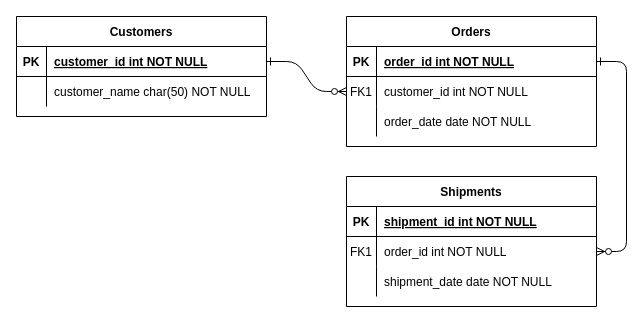
This is Unbenanntes Diagramm.drawio from emanuelbertram/ITfC, a draw.io file, before an edit. Source tidied: cells renumbered, new cells numbered last; positions are measured from the earlier drawing's top-left corner, leaving out a move shared by most shapes. Both pictures are drawn from the tidied source at 100%, with x=0, y=0 at pixel (16, 16).
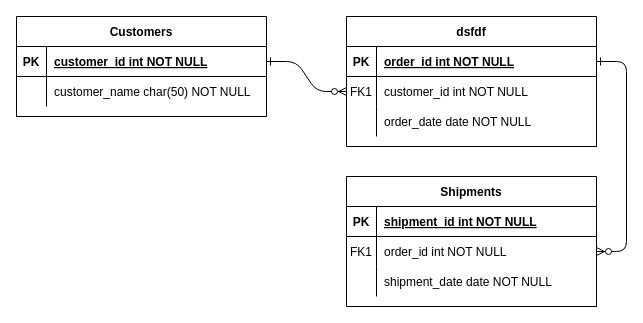
After the change.

What changed in the source:
```diff
@@
-    <mxCell id="4" value="Orders" style="shape=table;startSize=30;childLayout=tableLayout;rowLines=0;fontStyle=1;align=center;" parent="1" vertex="1">
+    <mxCell id="4" value="dsfdf" style="shape=table;startSize=30;childLayout=tableLayout;rowLines=0;fontStyle=1;align=center;" parent="1" vertex="1">
       <mxGeometry x="330" width="250" height="130" as="geometry" />
     </mxCell>
```
